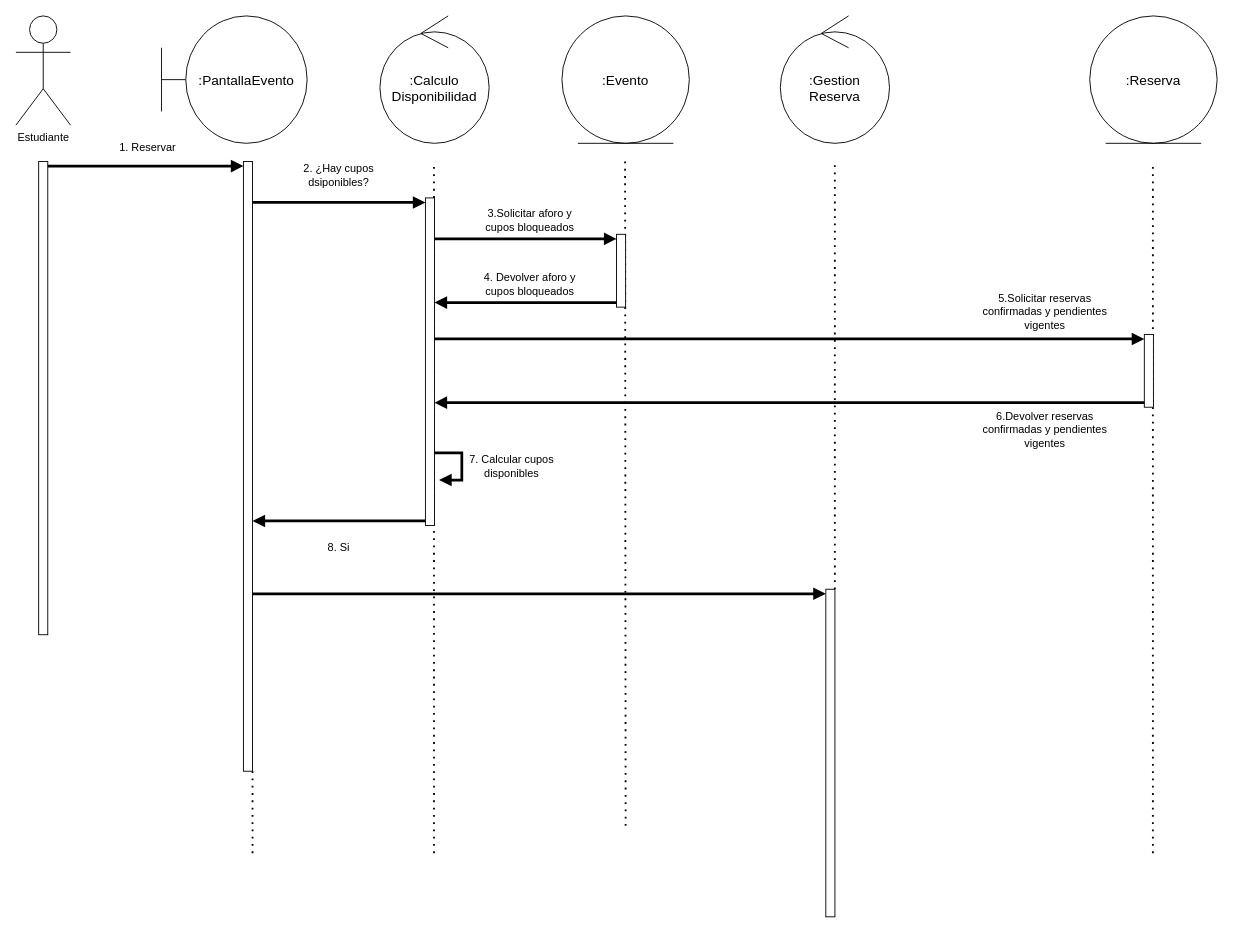
This is Análisis/CDU2 Reservar/DDS reservar.drawio from looleo2614/CampusFest, a draw.io file, before an edit. Source tidied: cells renumbered, new cells numbered last; positions are measured from the earlier drawing's top-left corner, leaving out a move shared by most shapes. Both pictures are drawn from the tidied source at 91%, with x=0, y=0 at pixel (15, 15).
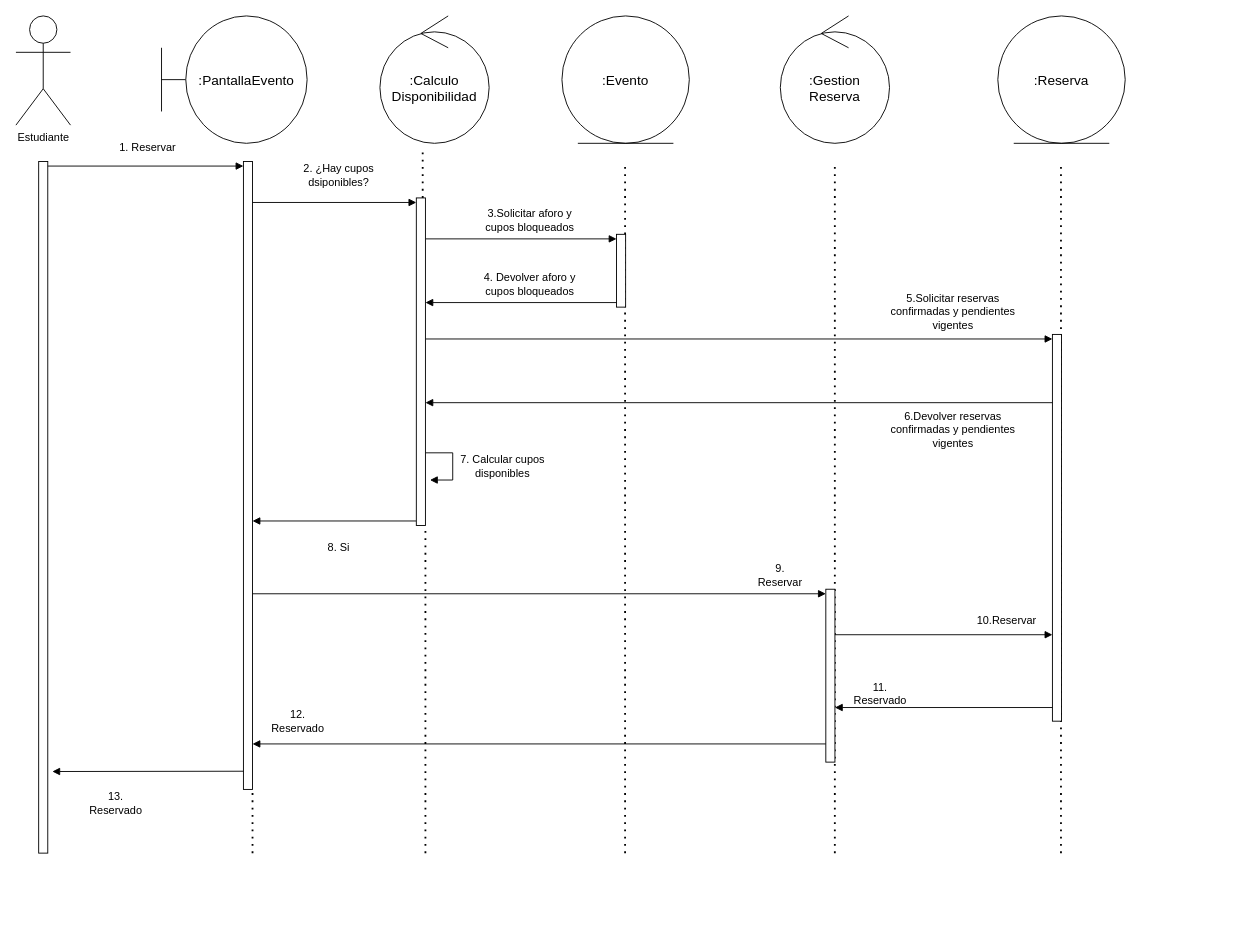
The same page after the edit.

The change refers to these unchanged cells:
```xml
<mxCell id="17" style="html=1;points=[[0,0,0,0,5],[0,1,0,0,-5],[1,0,0,0,5],[1,1,0,0,-5]];perimeter=orthogonalPerimeter;outlineConnect=0;targetShapes=umlLifeline;portConstraint=eastwest;newEdgeStyle={&quot;curved&quot;:0,&quot;rounded&quot;:0};" parent="1" vertex="1">
  <mxGeometry x="660" y="240" width="10" height="80" as="geometry" />
</mxCell>
```

The edit, as a diff of the source:
```diff
@@
     <mxCell id="6" value=":Reserva" style="ellipse;shape=umlEntity;whiteSpace=wrap;html=1;fontSize=15;" parent="1" vertex="1">
-      <mxGeometry x="1180" width="140" height="140" as="geometry" />
+      <mxGeometry x="1079" width="140" height="140" as="geometry" />
     </mxCell>
     <mxCell id="7" style="html=1;points=[[0,0,0,0,5],[0,1,0,0,-5],[1,0,0,0,5],[1,1,0,0,-5]];perimeter=orthogonalPerimeter;outlineConnect=0;targetShapes=umlLifeline;portConstraint=eastwest;newEdgeStyle={&quot;curved&quot;:0,&quot;rounded&quot;:0};" parent="1" vertex="1">
-      <mxGeometry x="25" y="160" width="10" height="520" as="geometry" />
+      <mxGeometry x="25" y="160" width="10" height="760" as="geometry" />
     </mxCell>
@@
-    <mxCell id="9" style="endArrow=none;dashed=1;html=1;dashPattern=1 3;strokeWidth=2;rounded=0;" parent="1" edge="1">
+    <mxCell id="9" style="endArrow=none;dashed=1;html=1;dashPattern=1 3;strokeWidth=2;rounded=0;" parent="1" edge="1" source="15">
       <mxGeometry relative="1" as="geometry">
-        <mxPoint x="459.4" y="920" as="sourcePoint" />
-        <mxPoint x="459.4" y="160" as="targetPoint" />
+        <mxPoint x="447" y="150" as="targetPoint" />
       </mxGeometry>
     </mxCell>
     <mxCell id="10" style="endArrow=none;dashed=1;html=1;dashPattern=1 3;strokeWidth=2;rounded=0;" parent="1" edge="1">
       <mxGeometry relative="1" as="geometry">
-        <mxPoint x="670" y="890" as="sourcePoint" />
+        <mxPoint x="669.4" y="920" as="sourcePoint" />
         <mxPoint x="669.4" y="160" as="targetPoint" />
       </mxGeometry>
     </mxCell>
     <mxCell id="11" style="endArrow=none;dashed=1;html=1;dashPattern=1 3;strokeWidth=2;rounded=0;" parent="1" edge="1">
       <mxGeometry relative="1" as="geometry">
-        <mxPoint x="1249.4" y="920" as="sourcePoint" />
-        <mxPoint x="1249.4" y="160" as="targetPoint" />
+        <mxPoint x="1148.4" y="920" as="sourcePoint" />
+        <mxPoint x="1148.4" y="160" as="targetPoint" />
       </mxGeometry>
     </mxCell>
-    <mxCell id="12" style="html=1;verticalAlign=bottom;startArrow=none;endArrow=block;startSize=8;curved=0;rounded=0;entryX=0;entryY=0;entryDx=0;entryDy=5;startFill=0;exitX=1;exitY=0;exitDx=0;exitDy=5;exitPerimeter=0;strokeColor=light-dark(#000000,#FFFF66);strokeWidth=3;" parent="1" edge="1" source="7" target="14">
+    <mxCell id="12" style="html=1;verticalAlign=bottom;startArrow=none;endArrow=block;startSize=8;curved=0;rounded=0;entryX=0;entryY=0;entryDx=0;entryDy=5;startFill=0;exitX=1;exitY=0;exitDx=0;exitDy=5;exitPerimeter=0;strokeColor=light-dark(#000000,#FFFF66);strokeWidth=1;" parent="1" edge="1" source="7" target="14">
       <mxGeometry relative="1" as="geometry" />
     </mxCell>
@@
     <mxCell id="14" style="html=1;points=[[0,0,0,0,5],[0,1,0,0,-5],[1,0,0,0,5],[1,1,0,0,-5]];perimeter=orthogonalPerimeter;outlineConnect=0;targetShapes=umlLifeline;portConstraint=eastwest;newEdgeStyle={&quot;curved&quot;:0,&quot;rounded&quot;:0};" parent="1" vertex="1">
-      <mxGeometry x="250" y="160" width="10" height="670" as="geometry" />
+      <mxGeometry x="250" y="160" width="10" height="690" as="geometry" />
     </mxCell>
-    <mxCell id="15" style="html=1;points=[[0,0,0,0,5],[0,1,0,0,-5],[1,0,0,0,5],[1,1,0,0,-5]];perimeter=orthogonalPerimeter;outlineConnect=0;targetShapes=umlLifeline;portConstraint=eastwest;newEdgeStyle={&quot;curved&quot;:0,&quot;rounded&quot;:0};" parent="1" vertex="1">
-      <mxGeometry x="450" y="200" width="10" height="360" as="geometry" />
-    </mxCell>
-    <mxCell id="16" style="html=1;verticalAlign=bottom;startArrow=none;endArrow=block;startSize=8;curved=0;rounded=0;entryX=0;entryY=0;entryDx=0;entryDy=5;startFill=0;strokeColor=light-dark(#000000,#FFFF66);strokeWidth=3;" parent="1" edge="1" source="14" target="15">
+    <mxCell id="16" style="html=1;verticalAlign=bottom;startArrow=none;endArrow=block;startSize=8;curved=0;rounded=0;entryX=0;entryY=0;entryDx=0;entryDy=5;startFill=0;strokeColor=light-dark(#000000,#FFFF66);strokeWidth=1;" parent="1" edge="1" source="14" target="15">
       <mxGeometry relative="1" as="geometry" />
     </mxCell>
@@
-    <mxCell id="18" style="html=1;verticalAlign=bottom;startArrow=none;endArrow=block;startSize=8;curved=0;rounded=0;entryX=0;entryY=0;entryDx=0;entryDy=5;startFill=0;strokeColor=light-dark(#000000,#FFFF66);strokeWidth=3;" parent="1" edge="1" source="15" target="17">
+    <mxCell id="18" style="html=1;verticalAlign=bottom;startArrow=none;endArrow=block;startSize=8;curved=0;rounded=0;entryX=0;entryY=0;entryDx=0;entryDy=5;startFill=0;strokeColor=light-dark(#000000,#FFFF66);strokeWidth=1;" parent="1" edge="1" source="15" target="17">
       <mxGeometry relative="1" as="geometry" />
     </mxCell>
-    <mxCell id="19" style="html=1;verticalAlign=bottom;startArrow=none;startFill=0;endArrow=block;startSize=8;curved=0;rounded=0;exitX=0;exitY=1;exitDx=0;exitDy=-5;exitPerimeter=0;strokeWidth=3;strokeColor=light-dark(#000000,#FF66B3);" parent="1" edge="1" source="17" target="15">
+    <mxCell id="19" style="html=1;verticalAlign=bottom;startArrow=none;startFill=0;endArrow=block;startSize=8;curved=0;rounded=0;exitX=0;exitY=1;exitDx=0;exitDy=-5;exitPerimeter=0;strokeWidth=1;strokeColor=light-dark(#000000,#FF66B3);" parent="1" edge="1" source="17" target="15">
       <mxGeometry relative="1" as="geometry" />
     </mxCell>
     <mxCell id="20" style="html=1;points=[[0,0,0,0,5],[0,1,0,0,-5],[1,0,0,0,5],[1,1,0,0,-5]];perimeter=orthogonalPerimeter;outlineConnect=0;targetShapes=umlLifeline;portConstraint=eastwest;newEdgeStyle={&quot;curved&quot;:0,&quot;rounded&quot;:0};" parent="1" vertex="1">
-      <mxGeometry x="1240" y="350" width="10" height="80" as="geometry" />
+      <mxGeometry x="1139" y="350" width="10" height="425" as="geometry" />
     </mxCell>
-    <mxCell id="21" style="html=1;verticalAlign=bottom;startArrow=none;endArrow=block;startSize=8;curved=0;rounded=0;entryX=0;entryY=0;entryDx=0;entryDy=5;startFill=0;strokeColor=light-dark(#000000,#FFFF66);strokeWidth=3;" parent="1" edge="1" target="20">
-      <mxGeometry relative="1" as="geometry">
-        <mxPoint x="460" y="355" as="sourcePoint" />
-      </mxGeometry>
+    <mxCell id="21" style="html=1;verticalAlign=bottom;startArrow=none;endArrow=block;startSize=8;curved=0;rounded=0;entryX=0;entryY=0;entryDx=0;entryDy=5;startFill=0;strokeColor=light-dark(#000000,#FFFF66);strokeWidth=1;" parent="1" edge="1" source="15" target="20">
+      <mxGeometry relative="1" as="geometry" />
     </mxCell>
-    <mxCell id="22" style="html=1;verticalAlign=bottom;startArrow=none;startFill=0;endArrow=block;startSize=8;curved=0;rounded=0;exitX=0;exitY=1;exitDx=0;exitDy=-5;exitPerimeter=0;strokeWidth=3;strokeColor=light-dark(#000000,#FF66B3);" parent="1" edge="1" source="20">
-      <mxGeometry relative="1" as="geometry">
-        <mxPoint x="460" y="425" as="targetPoint" />
-      </mxGeometry>
+    <mxCell id="22" style="html=1;verticalAlign=bottom;startArrow=none;startFill=0;endArrow=block;startSize=8;curved=0;rounded=0;strokeWidth=1;strokeColor=light-dark(#000000,#FF66B3);entryX=1;entryY=0.625;entryDx=0;entryDy=0;entryPerimeter=0;" parent="1" edge="1" source="20" target="15">
+      <mxGeometry relative="1" as="geometry" />
     </mxCell>
-    <mxCell id="23" style="html=1;align=left;spacingLeft=2;endArrow=block;rounded=0;edgeStyle=orthogonalEdgeStyle;curved=0;rounded=0;strokeColor=light-dark(#000000,#3333FF);strokeWidth=3;" parent="1" edge="1">
+    <mxCell id="23" style="html=1;align=left;spacingLeft=2;endArrow=block;rounded=0;edgeStyle=orthogonalEdgeStyle;curved=0;rounded=0;strokeColor=light-dark(#000000,#3333FF);strokeWidth=1;" parent="1" edge="1">
       <mxGeometry relative="1" as="geometry">
-        <mxPoint x="460" y="480.1" as="sourcePoint" />
-        <mxPoint x="465" y="510" as="targetPoint" />
+        <mxPoint x="450" y="480.1" as="sourcePoint" />
+        <mxPoint x="455" y="510" as="targetPoint" />
         <Array as="points">
-          <mxPoint x="490" y="510.1" />
+          <mxPoint x="480" y="510.1" />
         </Array>
       </mxGeometry>
     </mxCell>
-    <mxCell id="24" style="html=1;verticalAlign=bottom;startArrow=none;startFill=0;endArrow=block;startSize=8;curved=0;rounded=0;exitX=0;exitY=1;exitDx=0;exitDy=-5;exitPerimeter=0;strokeWidth=3;strokeColor=light-dark(#000000,#FF66B3);" parent="1" edge="1" source="15" target="14">
+    <mxCell id="24" style="html=1;verticalAlign=bottom;startArrow=none;startFill=0;endArrow=block;startSize=8;curved=0;rounded=0;exitX=0;exitY=1;exitDx=0;exitDy=-5;exitPerimeter=0;strokeWidth=1;strokeColor=light-dark(#000000,#FF66B3);" parent="1" edge="1" source="15" target="14">
       <mxGeometry relative="1" as="geometry" />
     </mxCell>
@@
     <mxCell id="27" value="5.Solicitar reservas confirmadas y pendientes vigentes" style="text;html=1;whiteSpace=wrap;strokeColor=none;fillColor=none;align=center;verticalAlign=middle;rounded=0;fontColor=light-dark(#000000,#FFFFFF);" parent="1" vertex="1">
-      <mxGeometry x="1061" y="310" width="140" height="30" as="geometry" />
+      <mxGeometry x="960" y="310" width="140" height="30" as="geometry" />
     </mxCell>
     <mxCell id="28" value="6.Devolver reservas confirmadas y pendientes vigentes" style="text;html=1;whiteSpace=wrap;strokeColor=none;fillColor=none;align=center;verticalAlign=middle;rounded=0;fontColor=light-dark(#000000,#FFFFFF);" parent="1" vertex="1">
-      <mxGeometry x="1061" y="440" width="140" height="30" as="geometry" />
+      <mxGeometry x="960" y="440" width="140" height="30" as="geometry" />
     </mxCell>
     <mxCell id="29" value="7. Calcular cupos disponibles" style="text;html=1;whiteSpace=wrap;strokeColor=none;fillColor=none;align=center;verticalAlign=middle;rounded=0;fontColor=light-dark(#000000,#FFFFFF);" parent="1" vertex="1">
-      <mxGeometry x="490" y="480" width="110" height="30" as="geometry" />
+      <mxGeometry x="480" y="480" width="110" height="30" as="geometry" />
     </mxCell>
@@
-    <mxCell id="31" style="endArrow=none;dashed=1;html=1;dashPattern=1 3;strokeWidth=2;rounded=0;" parent="1" edge="1" source="36">
+    <mxCell id="31" style="endArrow=none;dashed=1;html=1;dashPattern=1 3;strokeWidth=2;rounded=0;" parent="1" edge="1">
       <mxGeometry relative="1" as="geometry">
+        <mxPoint x="899.9" y="920" as="sourcePoint" />
         <mxPoint x="899.9" y="160" as="targetPoint" />
       </mxGeometry>
     </mxCell>
@@
-    <mxCell id="35" value="&amp;nbsp;&amp;nbsp; " style="html=1;verticalAlign=bottom;startArrow=none;endArrow=block;startSize=8;curved=0;rounded=0;entryX=0;entryY=0;entryDx=0;entryDy=5;startFill=0;strokeColor=light-dark(#000000,#FFFF66);strokeWidth=3;" parent="1" edge="1" target="36">
+    <mxCell id="35" value="&amp;nbsp;&amp;nbsp; " style="html=1;verticalAlign=bottom;startArrow=none;endArrow=block;startSize=8;curved=0;rounded=0;entryX=0;entryY=0;entryDx=0;entryDy=5;startFill=0;strokeColor=light-dark(#000000,#FFFF66);strokeWidth=1;" parent="1" edge="1" target="36">
       <mxGeometry relative="1" as="geometry">
         <mxPoint x="260" y="635" as="sourcePoint" />
       </mxGeometry>
     </mxCell>
     <mxCell id="36" value="&amp;nbsp; &amp;nbsp; &amp;nbsp;&amp;nbsp; &lt;div&gt;&lt;br&gt;&lt;/div&gt;" style="html=1;points=[[0,0,0,0,5],[0,1,0,0,-5],[1,0,0,0,5],[1,1,0,0,-5]];perimeter=orthogonalPerimeter;outlineConnect=0;targetShapes=umlLifeline;portConstraint=eastwest;newEdgeStyle={&quot;curved&quot;:0,&quot;rounded&quot;:0};" parent="1" vertex="1">
-      <mxGeometry x="890" y="630" width="10" height="360" as="geometry" />
+      <mxGeometry x="890" y="630" width="10" height="190" as="geometry" />
     </mxCell>
+    <mxCell id="37" value="9. Reservar" style="text;html=1;whiteSpace=wrap;strokeColor=none;fillColor=none;align=center;verticalAlign=middle;rounded=0;" parent="1" vertex="1">
+      <mxGeometry x="810" y="600" width="60" height="30" as="geometry" />
+    </mxCell>
+    <mxCell id="38" style="html=1;verticalAlign=bottom;startArrow=none;endArrow=block;startSize=8;curved=0;rounded=0;startFill=0;strokeColor=light-dark(#000000,#FFFF66);strokeWidth=1;" parent="1" edge="1" target="20">
+      <mxGeometry relative="1" as="geometry">
+        <mxPoint x="900" y="680" as="sourcePoint" />
+      </mxGeometry>
+    </mxCell>
+    <mxCell id="39" value="10.Reservar" style="text;html=1;whiteSpace=wrap;strokeColor=none;fillColor=none;align=center;verticalAlign=middle;rounded=0;" parent="1" vertex="1">
+      <mxGeometry x="1059" y="650" width="60" height="30" as="geometry" />
+    </mxCell>
+    <mxCell id="40" style="html=1;verticalAlign=bottom;startArrow=none;endArrow=block;startSize=8;curved=0;rounded=0;startFill=0;strokeColor=light-dark(#000000,#FFFF66);strokeWidth=1;" parent="1" edge="1" source="20">
+      <mxGeometry relative="1" as="geometry">
+        <mxPoint x="900" y="760" as="targetPoint" />
+      </mxGeometry>
+    </mxCell>
+    <mxCell id="41" value="11. Reservado" style="text;html=1;whiteSpace=wrap;strokeColor=none;fillColor=none;align=center;verticalAlign=middle;rounded=0;" parent="1" vertex="1">
+      <mxGeometry x="920" y="730" width="60" height="30" as="geometry" />
+    </mxCell>
+    <mxCell id="42" style="html=1;verticalAlign=bottom;startArrow=none;endArrow=block;startSize=8;curved=0;rounded=0;startFill=0;strokeColor=light-dark(#000000,#FFFF66);strokeWidth=1;" parent="1" edge="1" target="14">
+      <mxGeometry relative="1" as="geometry">
+        <mxPoint x="890" y="800" as="sourcePoint" />
+      </mxGeometry>
+    </mxCell>
+    <mxCell id="43" value="12. Reservado" style="text;html=1;whiteSpace=wrap;strokeColor=none;fillColor=none;align=center;verticalAlign=middle;rounded=0;" parent="1" vertex="1">
+      <mxGeometry x="280" y="760" width="60" height="30" as="geometry" />
+    </mxCell>
+    <mxCell id="44" style="html=1;verticalAlign=bottom;startArrow=none;startFill=0;endArrow=block;startSize=8;curved=0;rounded=0;exitX=0;exitY=1;exitDx=0;exitDy=-5;exitPerimeter=0;strokeWidth=1;strokeColor=light-dark(#000000,#FF66B3);entryX=1.5;entryY=0.882;entryDx=0;entryDy=0;entryPerimeter=0;" parent="1" edge="1" target="7">
+      <mxGeometry relative="1" as="geometry">
+        <mxPoint x="250" y="830" as="sourcePoint" />
+      </mxGeometry>
+    </mxCell>
+    <mxCell id="45" value="13. Reservado" style="text;html=1;whiteSpace=wrap;strokeColor=none;fillColor=none;align=center;verticalAlign=middle;rounded=0;" parent="1" vertex="1">
+      <mxGeometry x="80" y="850" width="60" height="30" as="geometry" />
+    </mxCell>
+    <mxCell id="46" style="endArrow=none;dashed=1;html=1;dashPattern=1 3;strokeWidth=2;rounded=0;" parent="1" edge="1" target="15">
+      <mxGeometry relative="1" as="geometry">
+        <mxPoint x="450" y="920" as="sourcePoint" />
+      </mxGeometry>
+    </mxCell>
+    <mxCell id="15" style="html=1;points=[[0,0,0,0,5],[0,1,0,0,-5],[1,0,0,0,5],[1,1,0,0,-5]];perimeter=orthogonalPerimeter;outlineConnect=0;targetShapes=umlLifeline;portConstraint=eastwest;newEdgeStyle={&quot;curved&quot;:0,&quot;rounded&quot;:0};" parent="1" vertex="1">
+      <mxGeometry x="440" y="200" width="10" height="360" as="geometry" />
+    </mxCell>
```
